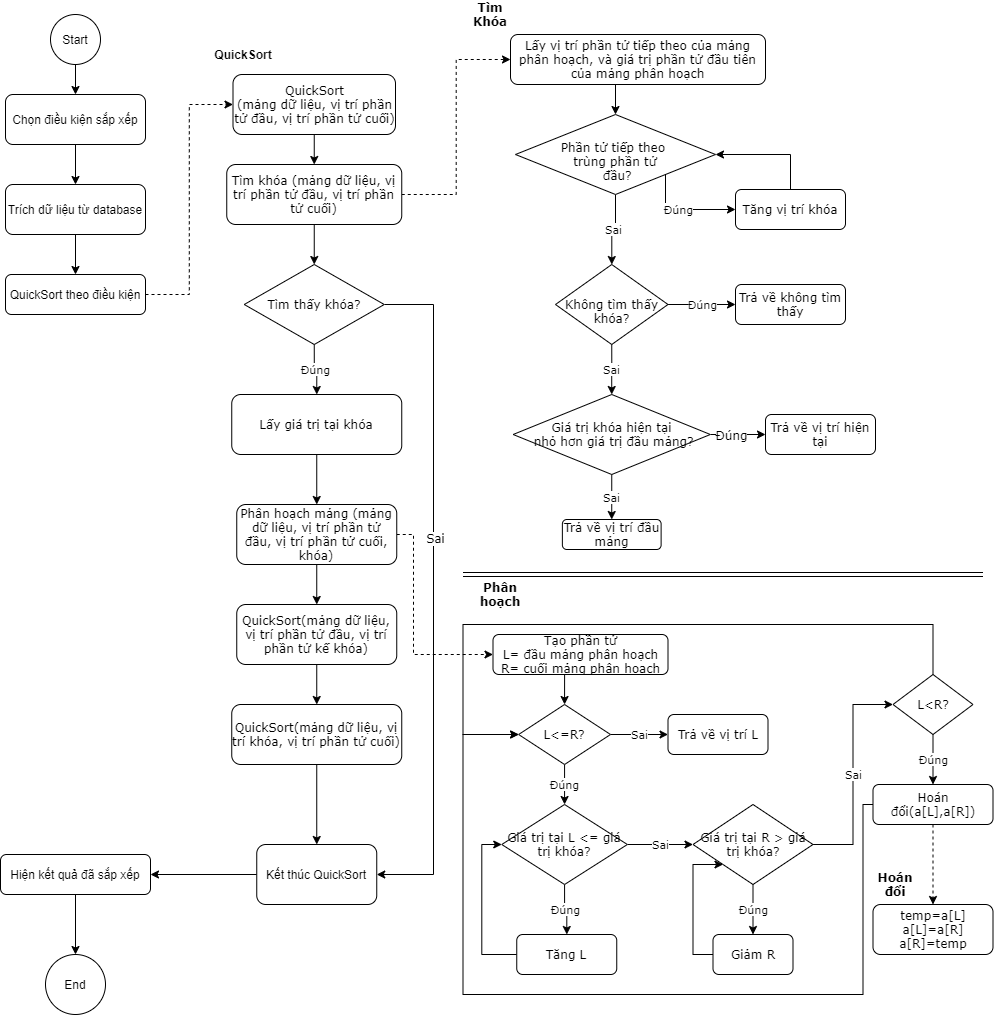
Above: documents/data-flow/SM-Filter.png in ngthuongdoan/StudyManagement (draw.io), before the change. Source tidied: cells renumbered, new cells last; positions are measured from the earlier drawing's top-left corner, leaving out a move shared by most shapes.
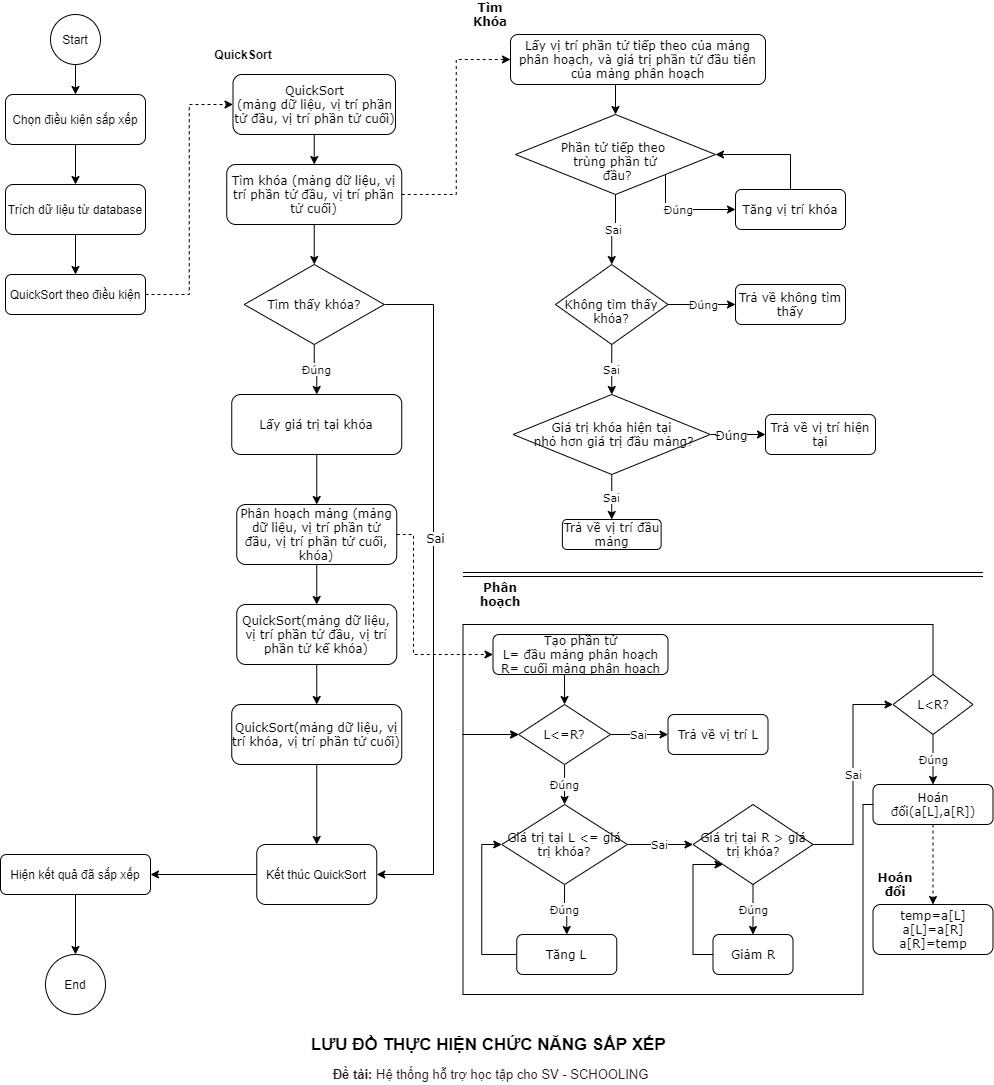
The same diagram one commit later.

Change to the diagram source:
```diff
@@ -268,5 +268,11 @@
     <mxCell id="78" value="End" style="ellipse;whiteSpace=wrap;html=1;" parent="1" vertex="1">
       <mxGeometry x="45" y="950" width="60" height="60" as="geometry" />
     </mxCell>
+    <mxCell id="79" value="&lt;b&gt;&lt;font style=&quot;font-size: 17px&quot;&gt;LƯU ĐỒ THỰC HIỆN CHỨC NĂNG SẮP XẾP&amp;nbsp;&lt;/font&gt;&lt;/b&gt;" style="text;html=1;strokeColor=none;fillColor=none;align=center;verticalAlign=middle;whiteSpace=wrap;rounded=0;" parent="1" vertex="1">
+      <mxGeometry x="302.5" y="1030" width="375" height="20" as="geometry" />
+    </mxCell>
+    <mxCell id="80" value="&lt;span style=&quot;font-size: small ; color: rgb(34 , 34 , 34) ; font-family: &amp;#34;arial&amp;#34; , &amp;#34;helvetica&amp;#34; , sans-serif ; background-color: rgb(255 , 255 , 255)&quot;&gt;&lt;b&gt;Đề tài:&lt;/b&gt; Hệ thống hỗ trợ học tập cho SV - SCHOOLING&lt;/span&gt;" style="text;html=1;strokeColor=none;fillColor=none;align=center;verticalAlign=middle;whiteSpace=wrap;rounded=0;" parent="1" vertex="1">
+      <mxGeometry x="315.6" y="1060" width="348.8" height="20" as="geometry" />
+    </mxCell>
   </root>
 </mxGraphModel>
```
